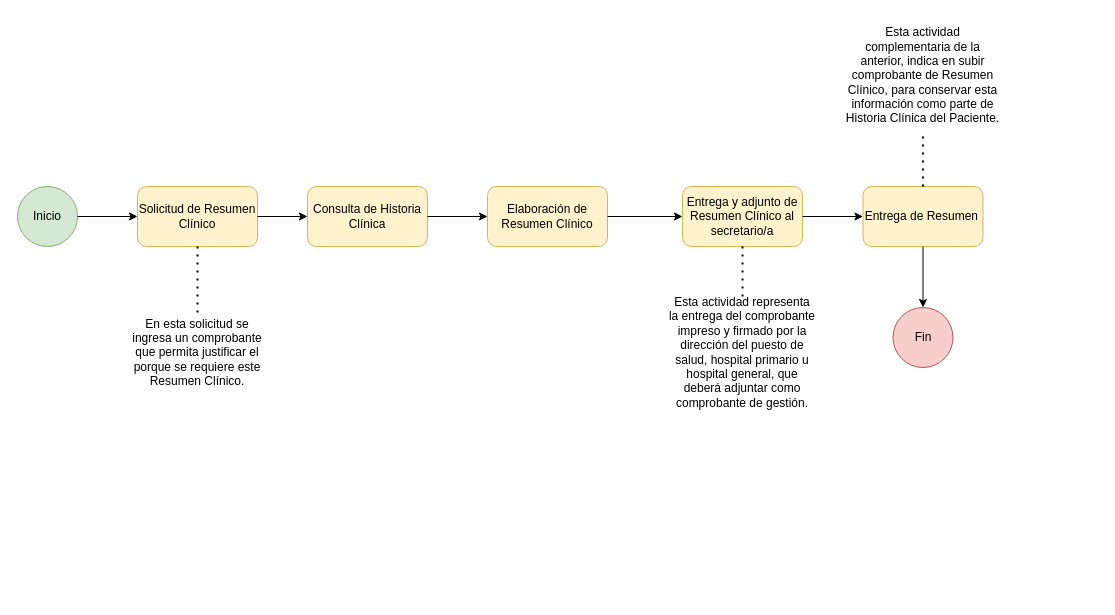
The draw.io diagram page "Diagrama de Solicitud Resumen Clinico" (3 of 3) of Diagramas de Flujo de Proceso.drawio in marguello86/Equipo1_MINSA, before the edit. Source tidied: cells renumbered, new cells numbered last; positions are measured from the earlier drawing's top-left corner, leaving out a move shared by most shapes. Both pictures are drawn from the tidied source at 100%, with x=0, y=0 at pixel (17, 17).
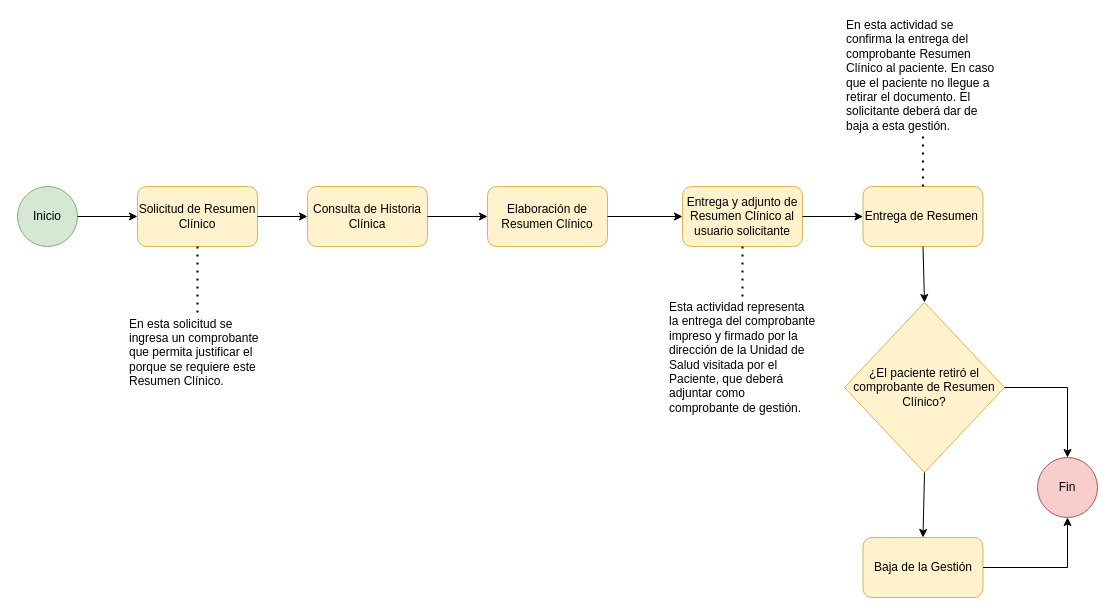
Above is the later version.

Commit message:
Modificación al proceso de Resumen Clinico

Unchanged cells that the change refers to:
```xml
<mxCell id="12" value="Entrega de Resumen&amp;nbsp;" style="rounded=1;whiteSpace=wrap;html=1;fillColor=#fff2cc;strokeColor=#d6b656;" parent="1" vertex="1">
  <mxGeometry x="845.5" y="169" width="120" height="60" as="geometry" />
</mxCell>
```

What changed in the source:
```diff
@@
-    <mxCell id="7" value="Entrega y adjunto de Resumen Clínico al secretario/a" style="rounded=1;whiteSpace=wrap;html=1;fillColor=#fff2cc;strokeColor=#d6b656;" parent="1" vertex="1">
+    <mxCell id="7" value="Entrega y adjunto de Resumen Clínico al usuario solicitante" style="rounded=1;whiteSpace=wrap;html=1;fillColor=#fff2cc;strokeColor=#d6b656;" parent="1" vertex="1">
       <mxGeometry x="665" y="169" width="120" height="60" as="geometry" />
     </mxCell>
-    <mxCell id="8" value="En esta solicitud se ingresa un comprobante que permita justificar el porque se requiere este Resumen Clínico." style="text;html=1;strokeColor=none;fillColor=none;align=center;verticalAlign=middle;whiteSpace=wrap;rounded=0;" parent="1" vertex="1">
+    <mxCell id="8" value="En esta solicitud se ingresa un comprobante que permita justificar el porque se requiere este Resumen Clínico." style="text;html=1;strokeColor=none;fillColor=none;align=left;verticalAlign=middle;whiteSpace=wrap;rounded=0;" parent="1" vertex="1">
       <mxGeometry x="110" y="295" width="140" height="80" as="geometry" />
     </mxCell>
@@
-    <mxCell id="10" value="Esta actividad representa la entrega del comprobante impreso y firmado por la dirección del puesto de salud, hospital primario u hospital general, que deberá adjuntar como comprobante de gestión." style="text;html=1;strokeColor=none;fillColor=none;align=center;verticalAlign=middle;whiteSpace=wrap;rounded=0;" parent="1" vertex="1">
-      <mxGeometry x="650" y="280" width="150" height="110" as="geometry" />
+    <mxCell id="10" value="Esta actividad representa la entrega del comprobante impreso y firmado por la dirección de la Unidad de Salud visitada por el Paciente, que deberá adjuntar como comprobante de gestión." style="text;html=1;strokeColor=none;fillColor=none;align=left;verticalAlign=middle;whiteSpace=wrap;rounded=0;" parent="1" vertex="1">
+      <mxGeometry x="650" y="280" width="150" height="120" as="geometry" />
     </mxCell>
@@
-    <mxCell id="14" value="Esta actividad complementaria de la anterior, indica en subir comprobante de Resumen Clínico, para conservar esta información como parte de Historia Clínica del Paciente." style="text;html=1;strokeColor=none;fillColor=none;align=center;verticalAlign=middle;whiteSpace=wrap;rounded=0;" parent="1" vertex="1">
+    <mxCell id="14" value="En esta actividad se confirma la entrega del comprobante Resumen Clínico al paciente. En caso que el paciente no llegue a retirar el documento. El solicitante deberá dar de baja a esta gestión." style="text;html=1;strokeColor=none;fillColor=none;align=left;verticalAlign=middle;whiteSpace=wrap;rounded=0;" parent="1" vertex="1">
       <mxGeometry x="827" width="157" height="115" as="geometry" />
     </mxCell>
@@
     <mxCell id="16" value="Fin" style="ellipse;whiteSpace=wrap;html=1;fillColor=#f8cecc;strokeColor=#b85450;" parent="1" vertex="1">
-      <mxGeometry x="875.5" y="290" width="60" height="60" as="geometry" />
+      <mxGeometry x="1020" y="440" width="60" height="60" as="geometry" />
     </mxCell>
-    <mxCell id="17" style="endArrow=classic;html=1;rounded=0;exitX=0.5;exitY=1;exitDx=0;exitDy=0;" parent="1" edge="1" source="12" target="16">
+    <mxCell id="17" style="endArrow=classic;html=1;rounded=0;exitX=0.5;exitY=1;exitDx=0;exitDy=0;entryX=0.5;entryY=0;entryDx=0;entryDy=0;" parent="1" edge="1" source="12" target="21">
       <mxGeometry relative="1" as="geometry" />
     </mxCell>
@@
+    <mxCell id="21" value="¿El paciente retiró el comprobante de Resumen Clínico?" style="rhombus;whiteSpace=wrap;html=1;fillColor=#fff2cc;strokeColor=#d6b656;" parent="1" vertex="1">
+      <mxGeometry x="827" y="285" width="160" height="170" as="geometry" />
+    </mxCell>
+    <mxCell id="22" style="endArrow=classic;html=1;rounded=0;fontSize=13;" parent="1" edge="1" source="21" target="16">
+      <mxGeometry relative="1" as="geometry">
+        <Array as="points">
+          <mxPoint x="1050" y="370" />
+        </Array>
+      </mxGeometry>
+    </mxCell>
+    <mxCell id="23" value="Baja de la Gestión" style="rounded=1;whiteSpace=wrap;html=1;fillColor=#fff2cc;strokeColor=#d6b656;" parent="1" vertex="1">
+      <mxGeometry x="845.5" y="520" width="120" height="60" as="geometry" />
+    </mxCell>
+    <mxCell id="24" style="endArrow=classic;html=1;rounded=0;fontSize=13;exitX=0.5;exitY=1;exitDx=0;exitDy=0;entryX=0.5;entryY=0;entryDx=0;entryDy=0;" parent="1" edge="1" source="21" target="23">
+      <mxGeometry relative="1" as="geometry" />
+    </mxCell>
+    <mxCell id="25" style="endArrow=classic;html=1;rounded=0;fontSize=13;exitX=1;exitY=0.5;exitDx=0;exitDy=0;entryX=0.5;entryY=1;entryDx=0;entryDy=0;" parent="1" edge="1" source="23" target="16">
+      <mxGeometry relative="1" as="geometry">
+        <Array as="points">
+          <mxPoint x="1050" y="550" />
+        </Array>
+      </mxGeometry>
+    </mxCell>
```
